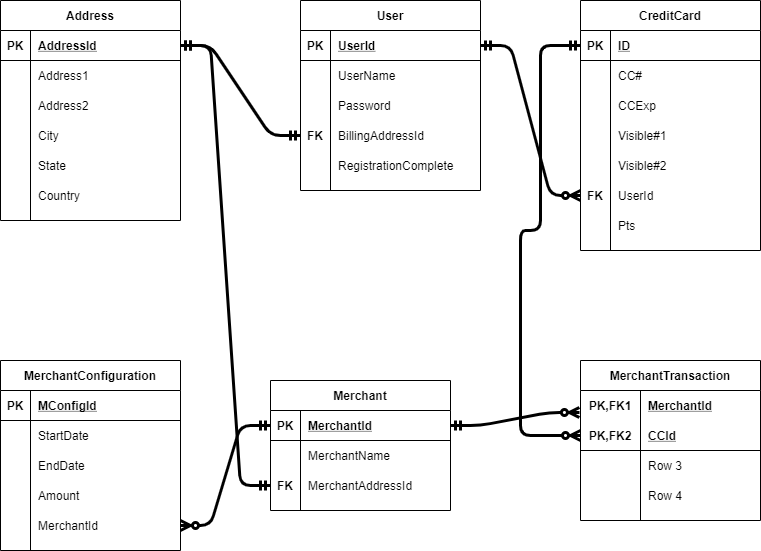
This is Project.png from wnitchie/Credit_Card_Points, a draw.io export, as it was before one commit. Source tidied: cells renumbered, new cells last; positions are measured from the earlier drawing's top-left corner, leaving out a move shared by most shapes.
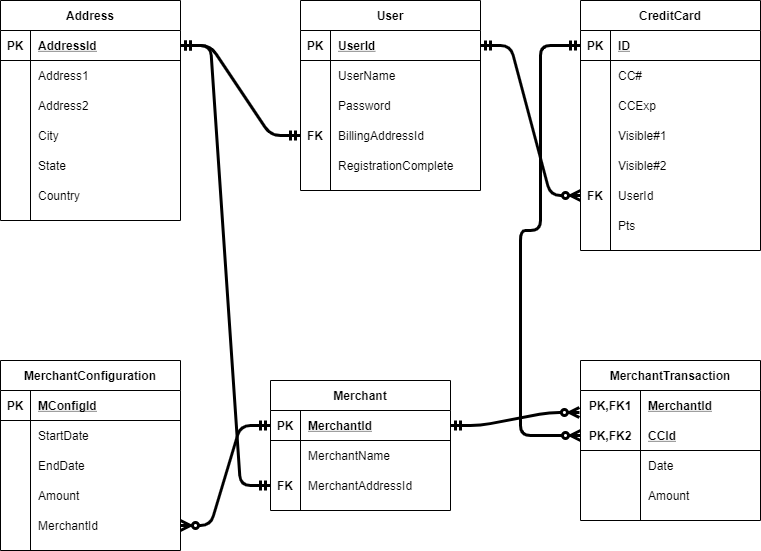
The same diagram one commit later.

Commit message:
Updated Merchant Transaction data

What changed in the source:
```diff
@@ -200,7 +200,7 @@
     <mxCell id="67" style="shape=partialRectangle;fillColor=none;top=0;left=0;bottom=0;right=0;overflow=hidden;" parent="66" vertex="1">
       <mxGeometry width="60" height="30" as="geometry" />
     </mxCell>
-    <mxCell id="68" value="Row 3" style="shape=partialRectangle;fillColor=none;top=0;left=0;bottom=0;right=0;align=left;spacingLeft=6;overflow=hidden;" parent="66" vertex="1">
+    <mxCell id="68" value="Date" style="shape=partialRectangle;fillColor=none;top=0;left=0;bottom=0;right=0;align=left;spacingLeft=6;overflow=hidden;" parent="66" vertex="1">
       <mxGeometry x="60" width="120" height="30" as="geometry" />
     </mxCell>
     <mxCell id="69" style="shape=partialRectangle;fillColor=none;top=0;left=0;bottom=0;right=0;" parent="59" vertex="1">
@@ -209,7 +209,7 @@
     <mxCell id="70" style="shape=partialRectangle;fillColor=none;top=0;left=0;bottom=0;right=0;overflow=hidden;" parent="69" vertex="1">
       <mxGeometry width="60" height="30" as="geometry" />
     </mxCell>
-    <mxCell id="71" value="Row 4" style="shape=partialRectangle;fillColor=none;top=0;left=0;bottom=0;right=0;align=left;spacingLeft=6;overflow=hidden;" parent="69" vertex="1">
+    <mxCell id="71" value="Amount" style="shape=partialRectangle;fillColor=none;top=0;left=0;bottom=0;right=0;align=left;spacingLeft=6;overflow=hidden;" parent="69" vertex="1">
       <mxGeometry x="60" width="120" height="30" as="geometry" />
     </mxCell>
     <mxCell id="72" value="MerchantConfiguration" style="shape=table;startSize=30;rowLines=0;fontStyle=1;align=center;" parent="1" vertex="1">
```
